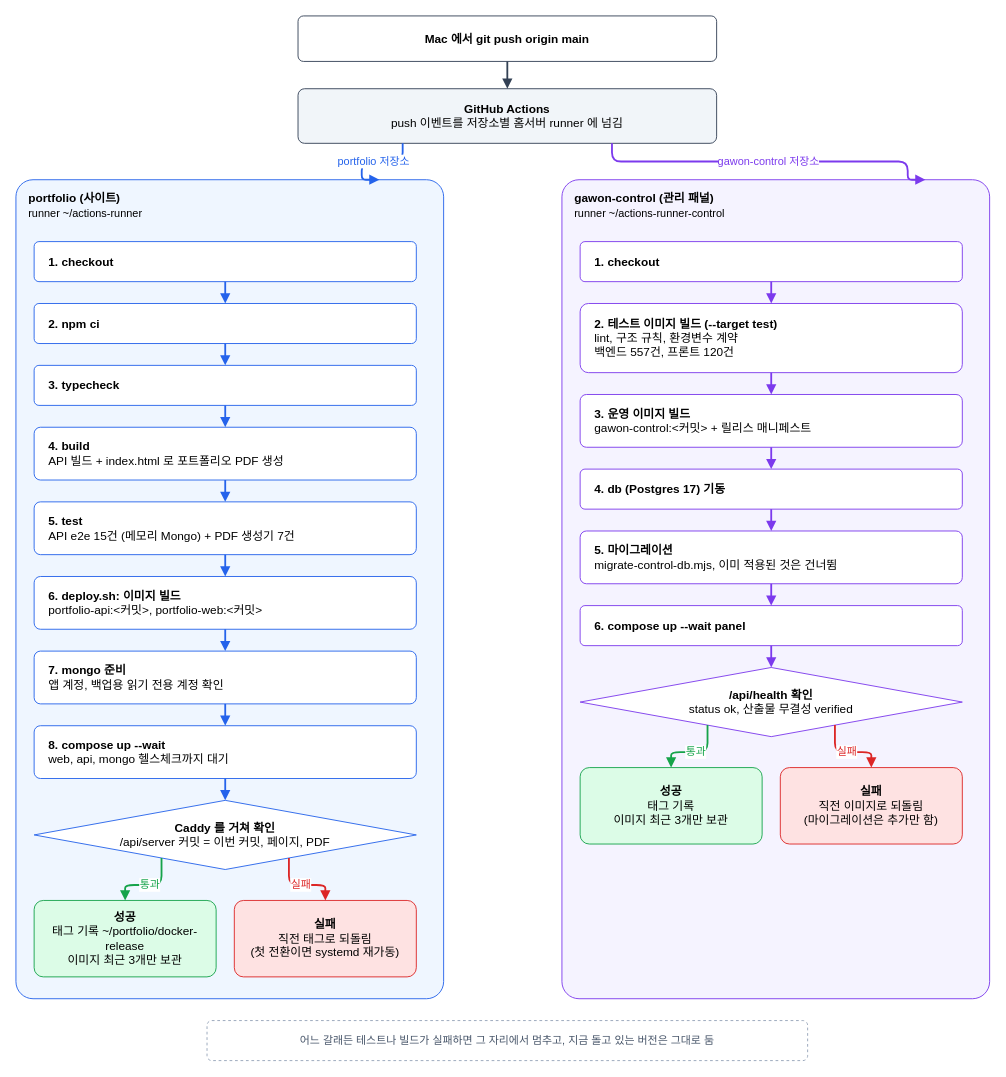
Earlier version of the draw.io diagram docs/diagrams/deploy-pipeline.drawio (wongakim-99/portfolio). Source tidied: cells renumbered, new cells numbered last; positions are measured from the earlier drawing's top-left corner, leaving out a move shared by most shapes. Both pictures are drawn from the tidied source at 91%, with x=0, y=0 at pixel (15, 15).
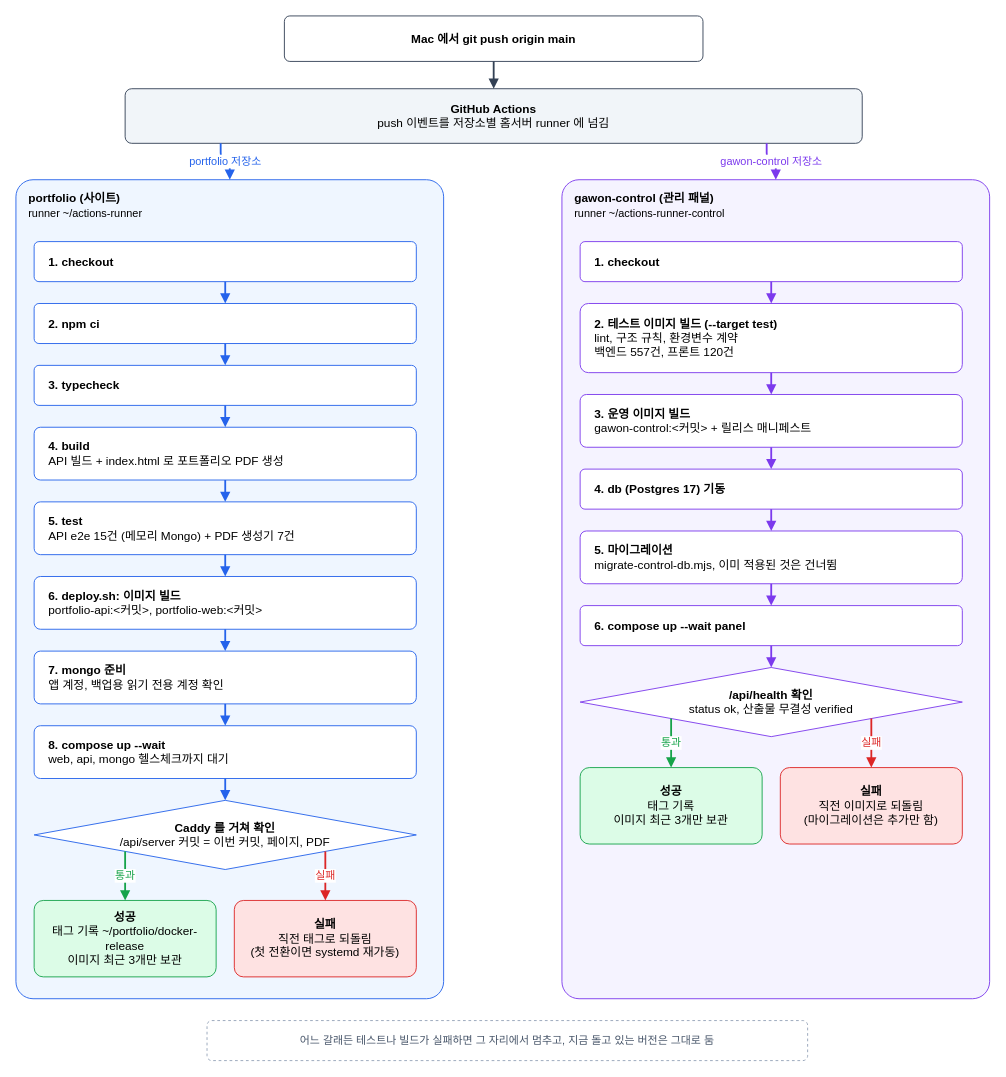
After the change.

Commit message (it also covers changes not shown here):
docs(portfolio): 다이어그램 선이 겹치지 않도록 배치와 연결을 다시 정리함

Unchanged cells that the change refers to:
```xml
<mxCell id="5" value="portfolio (사이트)&lt;br&gt;&lt;span style=&quot;font-weight:normal;font-size:12px&quot;&gt;runner ~/actions-runner&lt;/span&gt;" style="rounded=1;whiteSpace=wrap;html=1;arcSize=4;verticalAlign=top;align=left;spacingLeft=12;spacingTop=6;fontStyle=1;fillColor=#EFF6FF;strokeColor=#2563EB;fontFamily=Apple SD Gothic Neo;fontSize=13;" parent="1" vertex="1">
  <mxGeometry y="180" width="470" height="900" as="geometry" />
</mxCell>
<mxCell id="21" value="&lt;b&gt;Caddy 를 거쳐 확인&lt;/b&gt;&lt;br&gt;/api/server 커밋 = 이번 커밋, 페이지, PDF" style="rhombus;whiteSpace=wrap;html=1;fillColor=#FFFFFF;strokeColor=#2563EB;fontFamily=Apple SD Gothic Neo;fontSize=13;" parent="1" vertex="1">
  <mxGeometry x="20" y="862" width="420" height="76" as="geometry" />
</mxCell>
<mxCell id="23" value="&lt;b&gt;성공&lt;/b&gt;&lt;br&gt;태그 기록 ~/portfolio/docker-release&lt;br&gt;이미지 최근 3개만 보관" style="rounded=1;whiteSpace=wrap;html=1;arcSize=12;fillColor=#DCFCE7;strokeColor=#16A34A;fontFamily=Apple SD Gothic Neo;fontSize=13;" parent="1" vertex="1">
  <mxGeometry x="20" y="972" width="200" height="84" as="geometry" />
</mxCell>
<mxCell id="24" value="&lt;b&gt;실패&lt;/b&gt;&lt;br&gt;직전 태그로 되돌림&lt;br&gt;(첫 전환이면 systemd 재가동)" style="rounded=1;whiteSpace=wrap;html=1;arcSize=12;fillColor=#FEE2E2;strokeColor=#DC2626;fontFamily=Apple SD Gothic Neo;fontSize=13;" parent="1" vertex="1">
  <mxGeometry x="240" y="972" width="200" height="84" as="geometry" />
</mxCell>
<mxCell id="27" value="gawon-control (관리 패널)&lt;br&gt;&lt;span style=&quot;font-weight:normal;font-size:12px&quot;&gt;runner ~/actions-runner-control&lt;/span&gt;" style="rounded=1;whiteSpace=wrap;html=1;arcSize=4;verticalAlign=top;align=left;spacingLeft=12;spacingTop=6;fontStyle=1;fillColor=#F5F3FF;strokeColor=#7C3AED;fontFamily=Apple SD Gothic Neo;fontSize=13;" parent="1" vertex="1">
  <mxGeometry x="600" y="180" width="470" height="900" as="geometry" />
</mxCell>
<mxCell id="39" value="&lt;b&gt;/api/health 확인&lt;/b&gt;&lt;br&gt;status ok, 산출물 무결성 verified" style="rhombus;whiteSpace=wrap;html=1;fillColor=#FFFFFF;strokeColor=#7C3AED;fontFamily=Apple SD Gothic Neo;fontSize=13;" parent="1" vertex="1">
  <mxGeometry x="620" y="716" width="420" height="76" as="geometry" />
</mxCell>
<mxCell id="41" value="&lt;b&gt;성공&lt;/b&gt;&lt;br&gt;태그 기록&lt;br&gt;이미지 최근 3개만 보관" style="rounded=1;whiteSpace=wrap;html=1;arcSize=12;fillColor=#DCFCE7;strokeColor=#16A34A;fontFamily=Apple SD Gothic Neo;fontSize=13;" parent="1" vertex="1">
  <mxGeometry x="620" y="826" width="200" height="84" as="geometry" />
</mxCell>
<mxCell id="42" value="&lt;b&gt;실패&lt;/b&gt;&lt;br&gt;직전 이미지로 되돌림&lt;br&gt;(마이그레이션은 추가만 함)" style="rounded=1;whiteSpace=wrap;html=1;arcSize=12;fillColor=#FEE2E2;strokeColor=#DC2626;fontFamily=Apple SD Gothic Neo;fontSize=13;" parent="1" vertex="1">
  <mxGeometry x="840" y="826" width="200" height="84" as="geometry" />
</mxCell>
```

The edit, as a diff of the source:
```diff
@@
     <mxCell id="2" value="&lt;b&gt;Mac 에서 git push origin main&lt;/b&gt;" style="rounded=1;whiteSpace=wrap;html=1;arcSize=12;fillColor=#FFFFFF;strokeColor=#334155;fontFamily=Apple SD Gothic Neo;fontSize=13;" parent="1" vertex="1">
-      <mxGeometry x="310" width="460" height="50" as="geometry" />
+      <mxGeometry x="295" width="460" height="50" as="geometry" />
     </mxCell>
     <mxCell id="3" value="&lt;b&gt;GitHub Actions&lt;/b&gt;&lt;br&gt;push 이벤트를 저장소별 홈서버 runner 에 넘김" style="rounded=1;whiteSpace=wrap;html=1;arcSize=12;fillColor=#F1F5F9;strokeColor=#334155;fontFamily=Apple SD Gothic Neo;fontSize=13;" parent="1" vertex="1">
-      <mxGeometry x="310" y="80" width="460" height="60" as="geometry" />
+      <mxGeometry x="120" y="80" width="810" height="60" as="geometry" />
     </mxCell>
@@
-    <mxCell id="25" value="통과" style="edgeStyle=orthogonalEdgeStyle;rounded=1;html=1;endArrow=block;endFill=1;strokeWidth=2;strokeColor=#16A34A;fontColor=#16A34A;fontFamily=Apple SD Gothic Neo;fontSize=13;fontSize=12;labelBackgroundColor=#FFFFFF;exitX=0.25;exitY=1;" parent="1" edge="1" source="21" target="23">
+    <mxCell id="25" value="통과" style="edgeStyle=orthogonalEdgeStyle;rounded=1;html=1;endArrow=block;endFill=1;strokeWidth=2;strokeColor=#16A34A;fontColor=#16A34A;fontFamily=Apple SD Gothic Neo;fontSize=13;fontSize=12;labelBackgroundColor=#FFFFFF;exitX=0.2381;exitY=0.7381;exitPerimeter=0;entryX=0.5;entryY=0;" parent="1" edge="1" source="21" target="23">
       <mxGeometry relative="1" as="geometry" />
     </mxCell>
-    <mxCell id="26" value="실패" style="edgeStyle=orthogonalEdgeStyle;rounded=1;html=1;endArrow=block;endFill=1;strokeWidth=2;strokeColor=#DC2626;fontColor=#DC2626;fontFamily=Apple SD Gothic Neo;fontSize=13;fontSize=12;labelBackgroundColor=#FFFFFF;exitX=0.75;exitY=1;" parent="1" edge="1" source="21" target="24">
+    <mxCell id="26" value="실패" style="edgeStyle=orthogonalEdgeStyle;rounded=1;html=1;endArrow=block;endFill=1;strokeWidth=2;strokeColor=#DC2626;fontColor=#DC2626;fontFamily=Apple SD Gothic Neo;fontSize=13;fontSize=12;labelBackgroundColor=#FFFFFF;exitX=0.7619;exitY=0.7381;exitPerimeter=0;entryX=0.5;entryY=0;" parent="1" edge="1" source="21" target="24">
       <mxGeometry relative="1" as="geometry" />
     </mxCell>
@@
-    <mxCell id="43" value="통과" style="edgeStyle=orthogonalEdgeStyle;rounded=1;html=1;endArrow=block;endFill=1;strokeWidth=2;strokeColor=#16A34A;fontColor=#16A34A;fontFamily=Apple SD Gothic Neo;fontSize=13;fontSize=12;labelBackgroundColor=#FFFFFF;exitX=0.25;exitY=1;" parent="1" edge="1" source="39" target="41">
+    <mxCell id="43" value="통과" style="edgeStyle=orthogonalEdgeStyle;rounded=1;html=1;endArrow=block;endFill=1;strokeWidth=2;strokeColor=#16A34A;fontColor=#16A34A;fontFamily=Apple SD Gothic Neo;fontSize=13;fontSize=12;labelBackgroundColor=#FFFFFF;exitX=0.2381;exitY=0.7381;exitPerimeter=0;entryX=0.5;entryY=0;" parent="1" edge="1" source="39" target="41">
       <mxGeometry relative="1" as="geometry" />
     </mxCell>
-    <mxCell id="44" value="실패" style="edgeStyle=orthogonalEdgeStyle;rounded=1;html=1;endArrow=block;endFill=1;strokeWidth=2;strokeColor=#DC2626;fontColor=#DC2626;fontFamily=Apple SD Gothic Neo;fontSize=13;fontSize=12;labelBackgroundColor=#FFFFFF;exitX=0.75;exitY=1;" parent="1" edge="1" source="39" target="42">
+    <mxCell id="44" value="실패" style="edgeStyle=orthogonalEdgeStyle;rounded=1;html=1;endArrow=block;endFill=1;strokeWidth=2;strokeColor=#DC2626;fontColor=#DC2626;fontFamily=Apple SD Gothic Neo;fontSize=13;fontSize=12;labelBackgroundColor=#FFFFFF;exitX=0.7619;exitY=0.7381;exitPerimeter=0;entryX=0.5;entryY=0;" parent="1" edge="1" source="39" target="42">
       <mxGeometry relative="1" as="geometry" />
     </mxCell>
@@
-    <mxCell id="46" value="portfolio 저장소" style="edgeStyle=orthogonalEdgeStyle;rounded=1;html=1;endArrow=block;endFill=1;strokeWidth=2;strokeColor=#2563EB;fontColor=#2563EB;fontFamily=Apple SD Gothic Neo;fontSize=13;fontSize=12;labelBackgroundColor=#FFFFFF;exitX=0.25;exitY=1;entryX=0.85;entryY=0;" parent="1" edge="1" source="3" target="5">
-      <mxGeometry relative="1" as="geometry">
-        <Array as="points">
-          <mxPoint x="425" y="160" />
-          <mxPoint x="380" y="160" />
-        </Array>
-      </mxGeometry>
+    <mxCell id="46" value="portfolio 저장소" style="edgeStyle=orthogonalEdgeStyle;rounded=1;html=1;endArrow=block;endFill=1;strokeWidth=2;strokeColor=#2563EB;fontColor=#2563EB;fontFamily=Apple SD Gothic Neo;fontSize=13;fontSize=12;labelBackgroundColor=#FFFFFF;exitX=0.12963;exitY=1;entryX=0.5;entryY=0;" parent="1" edge="1" source="3" target="5">
+      <mxGeometry relative="1" as="geometry" />
     </mxCell>
-    <mxCell id="47" value="gawon-control 저장소" style="edgeStyle=orthogonalEdgeStyle;rounded=1;html=1;endArrow=block;endFill=1;strokeWidth=2;strokeColor=#7C3AED;fontColor=#7C3AED;fontFamily=Apple SD Gothic Neo;fontSize=13;fontSize=12;labelBackgroundColor=#FFFFFF;exitX=0.75;exitY=1;entryX=0.85;entryY=0;" parent="1" edge="1" source="3" target="27">
-      <mxGeometry relative="1" as="geometry">
-        <Array as="points">
-          <mxPoint x="655" y="160" />
-          <mxPoint x="980" y="160" />
-        </Array>
-      </mxGeometry>
+    <mxCell id="47" value="gawon-control 저장소" style="edgeStyle=orthogonalEdgeStyle;rounded=1;html=1;endArrow=block;endFill=1;strokeWidth=2;strokeColor=#7C3AED;fontColor=#7C3AED;fontFamily=Apple SD Gothic Neo;fontSize=13;fontSize=12;labelBackgroundColor=#FFFFFF;exitX=0.87037;exitY=1;entryX=0.5;entryY=0;" parent="1" edge="1" source="3" target="27">
+      <mxGeometry relative="1" as="geometry" />
     </mxCell>
```
